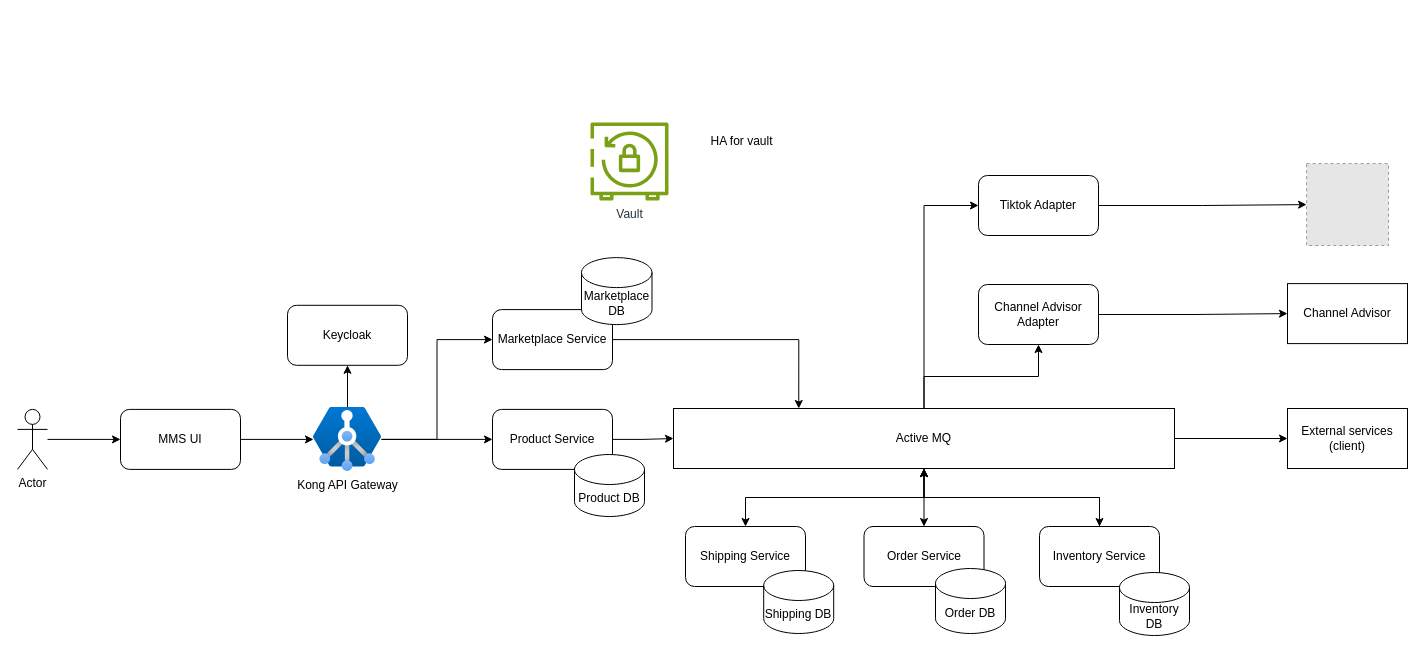
minhtran-q/hibernate-knowledge keeps this draw.io diagram as page "Page-16" (16 of 16) of hibernate.drawio. Above is the earlier version. Source tidied: cells renumbered, new cells numbered last; positions are measured from the earlier drawing's top-left corner, leaving out a move shared by most shapes. Both pictures are drawn from the tidied source at 100%, with x=0, y=0 at pixel (17, 122). Pictures stored in the file or linked from it are replaced by grey dashed boxes.
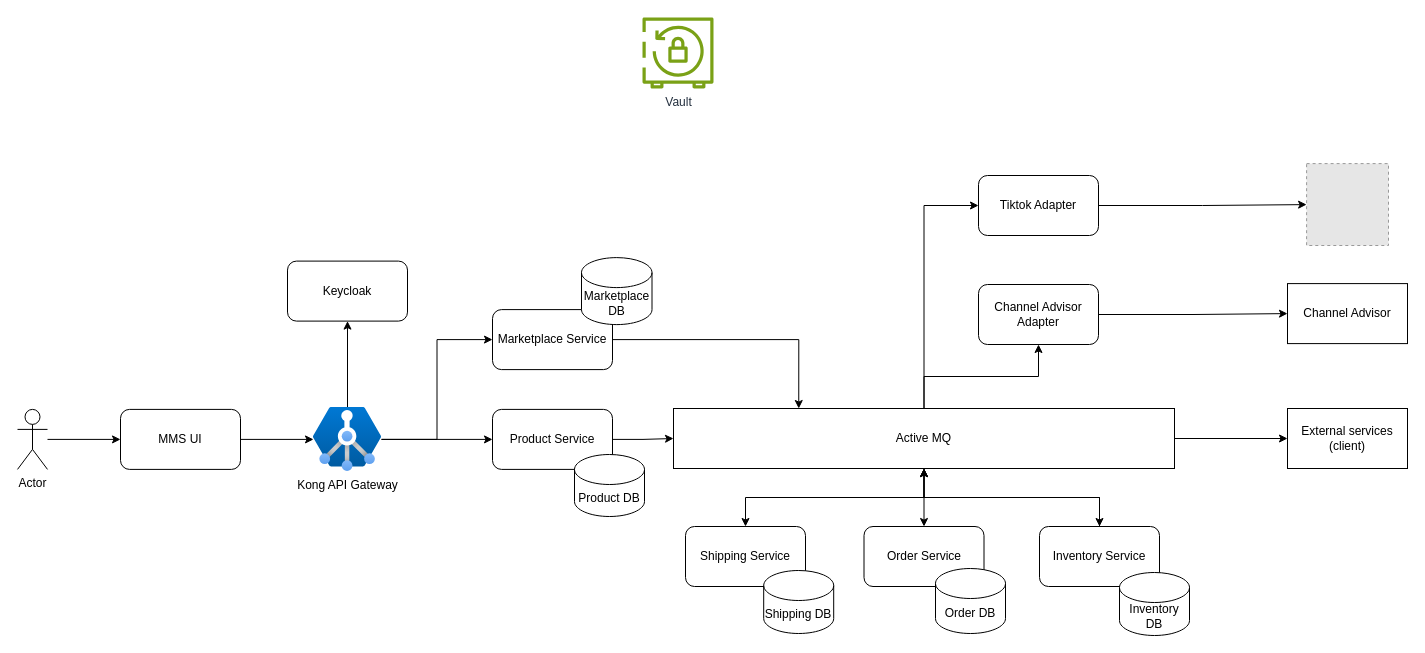
After the change.

Diff of the diagram source:
```diff
@@
     <mxCell id="14" value="Keycloak" style="rounded=1;whiteSpace=wrap;html=1;" parent="1" vertex="1">
-      <mxGeometry x="270" y="182.8" width="120" height="60" as="geometry" />
+      <mxGeometry x="270" y="138.6" width="120" height="60" as="geometry" />
     </mxCell>
@@
     <mxCell id="18" value="Vault" style="sketch=0;fontColor=#232F3E;gradientColor=none;fillColor=#7AA116;strokeColor=none;dashed=0;verticalLabelPosition=bottom;verticalAlign=top;align=center;html=1;fontSize=12;fontStyle=0;shape=mxgraph.aws4.aws_backup_vault_lock;" parent="1" vertex="1">
-      <mxGeometry x="573" width="78" height="78" as="geometry" />
+      <mxGeometry x="625" y="-105" width="71" height="71" as="geometry" />
     </mxCell>
@@
-    <mxCell id="30" value="HA for vault" style="text;html=1;align=center;verticalAlign=middle;whiteSpace=wrap;rounded=0;" parent="1" vertex="1">
-      <mxGeometry x="649" y="4" width="151" height="30" as="geometry" />
-    </mxCell>
```
